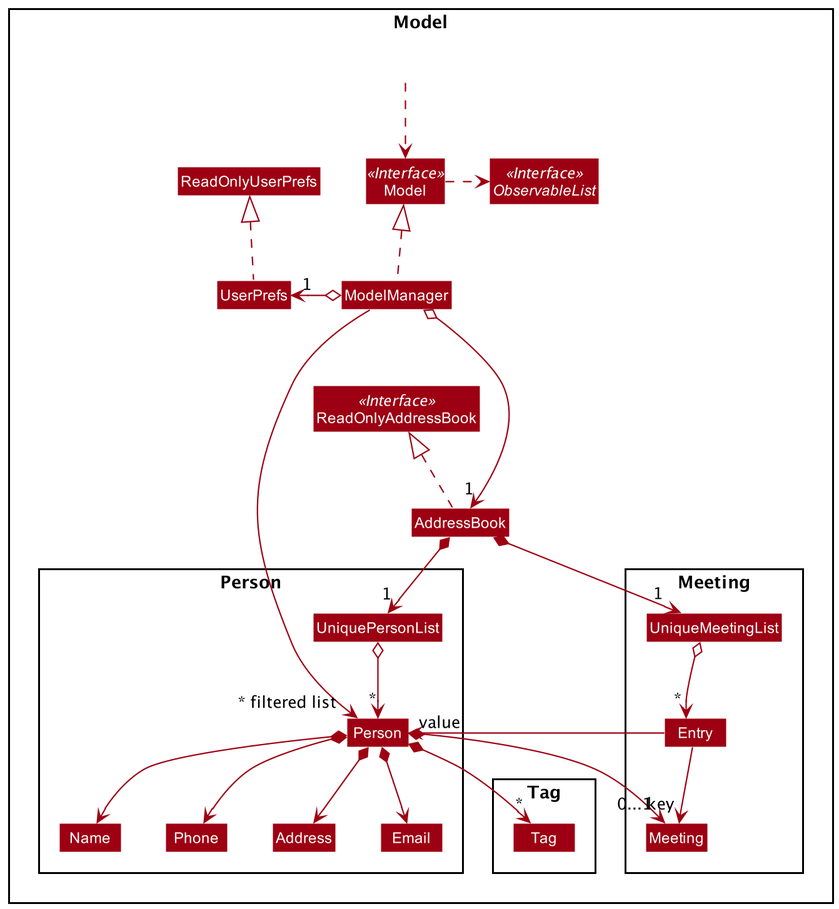
The PlantUML diagram docs/images/ModelClassDiagram.png in nus-cs2103-AY2021S2/tp, before a commit. Its diagram source:
```plantuml
@startuml
!include style.puml
skinparam arrowThickness 1.1
skinparam arrowColor MODEL_COLOR
skinparam classBackgroundColor MODEL_COLOR

Package Model <<Rectangle>>{
Interface ReadOnlyAddressBook <<Interface>>
Interface Model <<Interface>>
Interface ObservableList <<Interface>>
Class AddressBook
Class ReadOnlyAddressBook
Class Model
Class ModelManager
Class UserPrefs
Class ReadOnlyUserPrefs

Package Person {
Class Person
Class Address
Class Email
Class Name
Class Phone
Class UniquePersonList
}

Package Meeting {
Class Meeting
Class UniqueMeetingList
Class Entry
}


Package Tag {
Class Tag
}


Class HiddenOutside #FFFFFF
HiddenOutside ..> Model

AddressBook .up.|> ReadOnlyAddressBook

ModelManager .up.|> Model
Model .right.> ObservableList
ModelManager o--> "1" AddressBook
ModelManager o-left-> "1" UserPrefs
UserPrefs .up.|> ReadOnlyUserPrefs

AddressBook *--> "1" UniquePersonList
UniquePersonList o--> "*" Person
Person *--> Name
Person *--> Phone
Person *--> Email
Person *--> Address
Person *--> "*" Tag
Person *--> "0...1" Meeting

AddressBook *--> "1" UniqueMeetingList
UniqueMeetingList o--> "*" Entry
Entry --> "key" Meeting
Entry --> "value" Person

UniqueMeetingList -[hidden]down-> Entry
UniqueMeetingList -[hidden]left-> UniquePersonList

Name -[hidden]right-> Phone
Phone -[hidden]right-> Address
Address -[hidden]right-> Email
Tag -[hidden]left-> Meeting
Entry -[hidden]left-> Person

ModelManager ----->" ~* filtered list" Person
@enduml
```
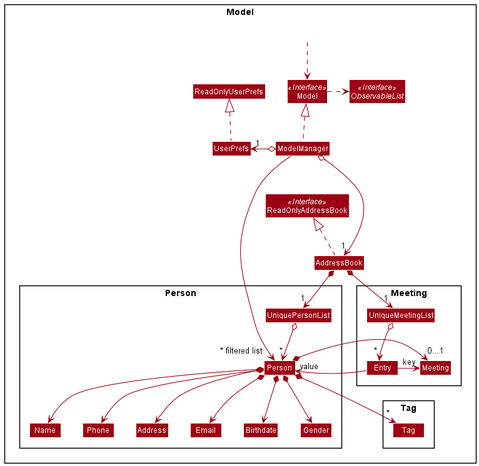
Later version of the same file.

Change to the diagram source:
```diff
@@ -18,7 +18,9 @@
 Package Person {
 Class Person
 Class Address
+Class Birthdate
 Class Email
+Class Gender
 Class Name
 Class Phone
 Class UniquePersonList
@@ -53,13 +55,15 @@
 Person *--> Phone
 Person *--> Email
 Person *--> Address
+Person *--> Gender
+Person *--> Birthdate
 Person *--> "*" Tag
 Person *--> "0...1" Meeting
 
 AddressBook *--> "1" UniqueMeetingList
 UniqueMeetingList o--> "*" Entry
-Entry --> "key" Meeting
-Entry --> "value" Person
+Entry -> "key" Meeting
+Entry -> "value" Person
 
 UniqueMeetingList -[hidden]down-> Entry
 UniqueMeetingList -[hidden]left-> UniquePersonList
```
